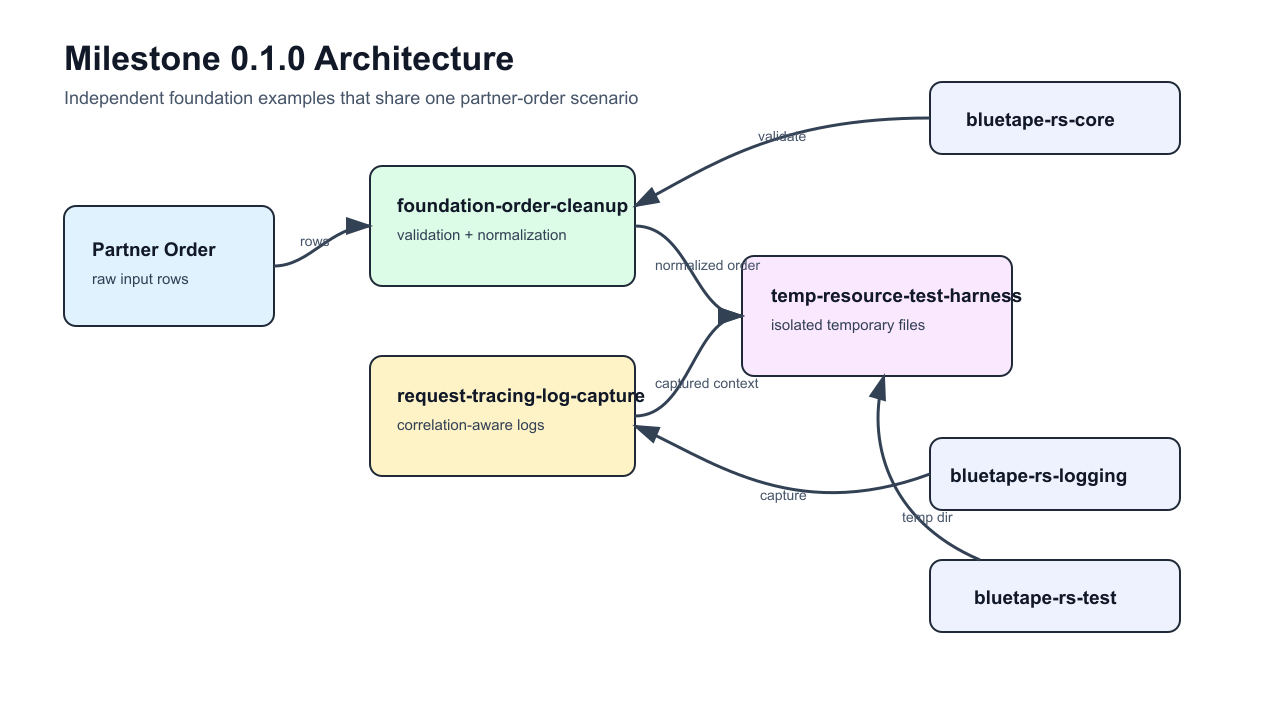
Above: docs/images/readme-diagrams/workshop-foundation-architecture.png in bluetape4k/bluetape-rs-workshop (Graphviz), before the change. Its source is kept beside it as docs/images/readme-diagrams/workshop-foundation-architecture.dot.
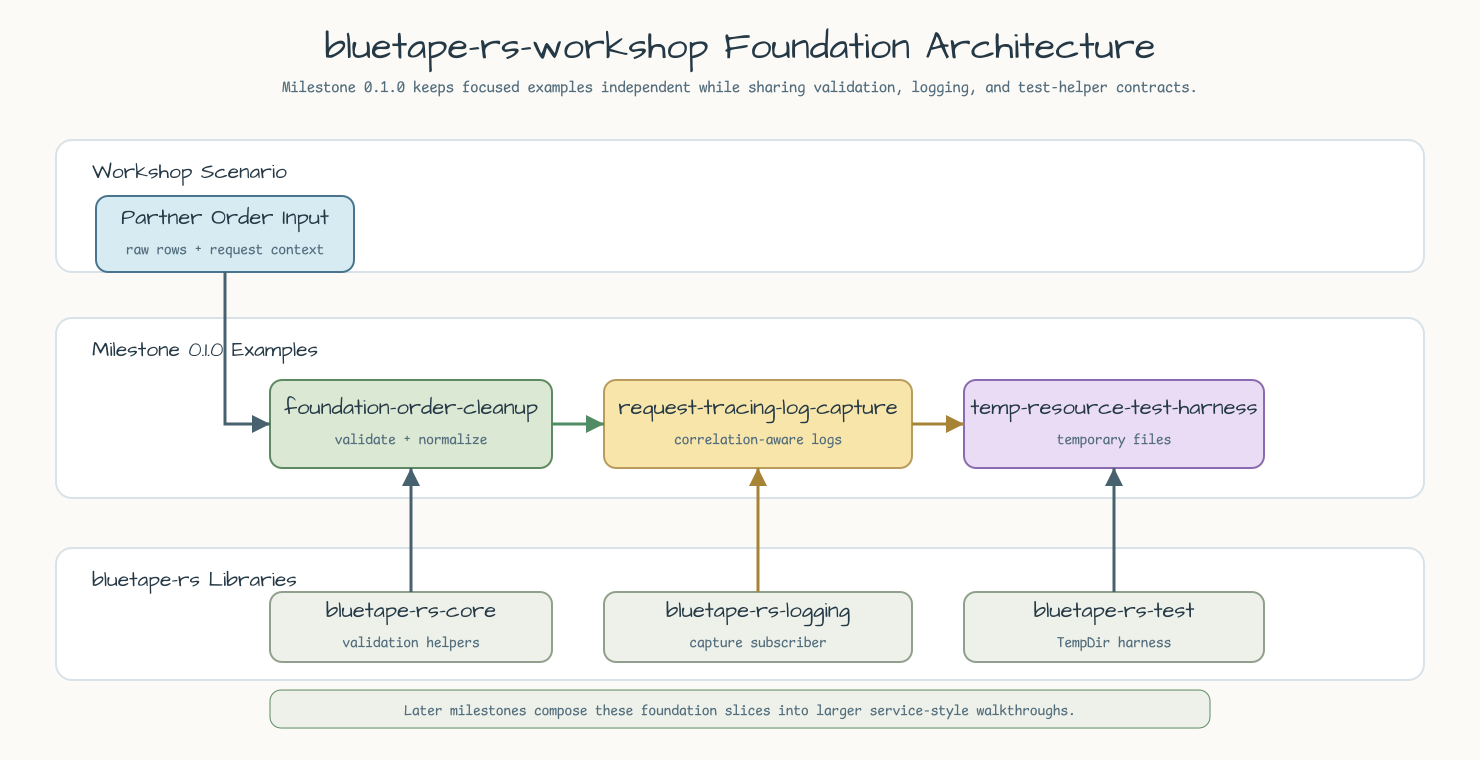
The same diagram one commit later.

Diff of the diagram source:
```diff
@@ -1,24 +1,18 @@
-digraph "Milestone 0.1.0 architecture" {
-  graph [rankdir=LR, bgcolor="transparent", pad="0.4", nodesep="0.65", ranksep="0.9"];
-  node [shape=box, style="rounded,filled", fontname="Arial", fontsize=12, margin="0.12,0.08", color="#2f3437", fillcolor="#f8fafc"];
-  edge [fontname="Arial", fontsize=10, color="#4b5563", arrowsize=0.8];
-
-  input [label="Partner Order Input", fillcolor="#e0f2fe"];
-  cleanup [label="foundation-order-cleanup\nvalidation + normalization", fillcolor="#dcfce7"];
-  tracing [label="request-tracing-log-capture\ncorrelation-aware logs", fillcolor="#fef3c7"];
-  scratch [label="temp-resource-test-harness\ntemporary files", fillcolor="#fae8ff"];
-
-  core [label="bluetape-rs-core", fillcolor="#eef2ff"];
-  logging [label="bluetape-rs-logging", fillcolor="#eef2ff"];
-  test [label="bluetape-rs-test", fillcolor="#eef2ff"];
-
-  input -> cleanup [label="rows"];
-  cleanup -> tracing [label="request context"];
-  tracing -> scratch [label="test artifact"];
-  core -> cleanup [label="validate", dir=back];
-  core -> tracing [label="validate", dir=back];
-  core -> scratch [label="validate", dir=back];
-  logging -> cleanup [label="capture", dir=back];
-  logging -> tracing [label="capture", dir=back];
-  test -> scratch [label="temp dir", dir=back];
+digraph "workshop-foundation-architecture" {
+  graph [rankdir=LR, bgcolor="#fbfaf6", margin=0.2, nodesep=0.75, ranksep=0.9];
+  node [shape=box, style="rounded,filled", fontname="Architects Daughter", fontsize=18, color="#48758d", fillcolor="#d7ecf2"];
+  edge [fontname="Comic Mono", fontsize=11, color="#47616f", fontcolor="#35505f", penwidth=2];
+  input [label="Partner Order Input\nraw rows + request context", fillcolor="#d7ecf2", color="#48758d"];
+  cleanup [label="foundation-order-cleanup\nvalidate + normalize", fillcolor="#dbe8d4", color="#5d8a62"];
+  tracing [label="request-tracing-log-capture\ncorrelation-aware logs", fillcolor="#f7e5aa", color="#b99b5d"];
+  scratch [label="temp-resource-test-harness\ntemporary files", fillcolor="#eadcf5", color="#8a6bb0"];
+  core [label="bluetape-rs-core\nvalidation helpers", fillcolor="#edf1e9", color="#91a08c"];
+  logging [label="bluetape-rs-logging\ncapture subscriber", fillcolor="#edf1e9", color="#91a08c"];
+  test [label="bluetape-rs-test\nTempDir harness", fillcolor="#edf1e9", color="#91a08c"];
+  input -> cleanup [label="", color="#47616f", fontcolor="#47616f"];
+  cleanup -> tracing [label="", color="#4f8b63", fontcolor="#4f8b63"];
+  tracing -> scratch [label="", color="#a78335", fontcolor="#a78335"];
+  core -> cleanup [label="", color="#47616f", fontcolor="#47616f"];
+  logging -> tracing [label="", color="#a78335", fontcolor="#a78335"];
+  test -> scratch [label="", color="#47616f", fontcolor="#47616f"];
 }
```
